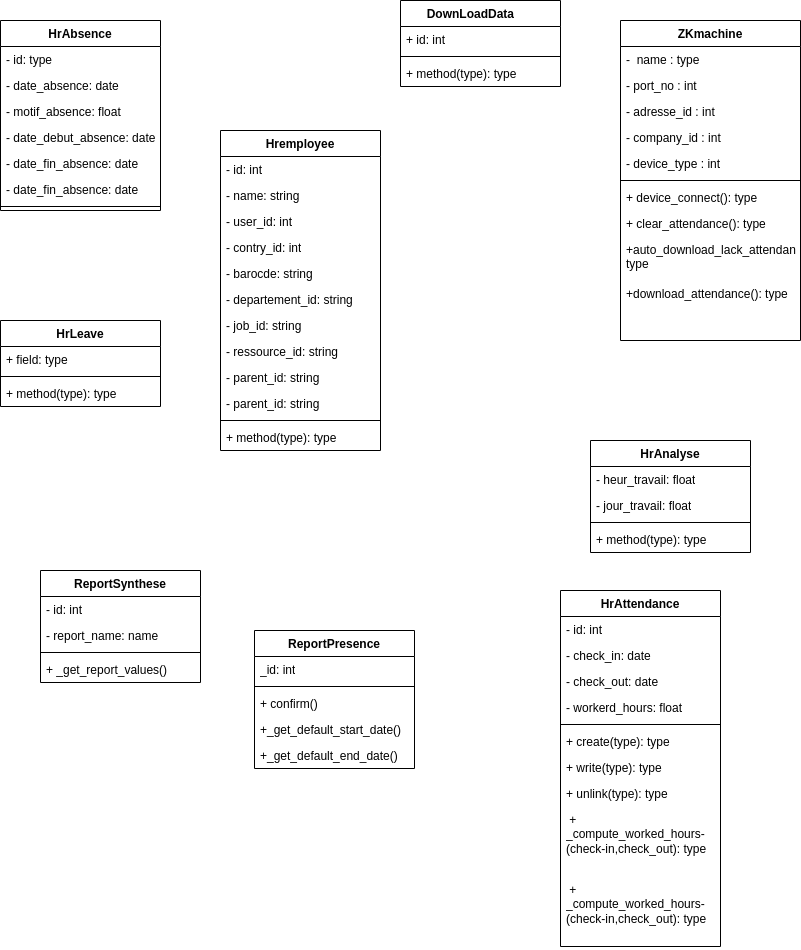
Above: static/Diagramme de classe.drawio.png in Siluearsene/borne_biometrique (draw.io), before the change. Source tidied: cells renumbered, new cells last; positions are measured from the earlier drawing's top-left corner, leaving out a move shared by most shapes. Source of this version:
```xml
<mxGraphModel>
  <root>
    <mxCell id="0" />
    <mxCell id="1" parent="0" />
    <mxCell id="2" value="HrAbsence" style="swimlane;fontStyle=1;align=center;verticalAlign=top;horizontal=1;startSize=26;whiteSpace=wrap;html=1;" parent="1" vertex="1">
      <mxGeometry y="20" width="160" height="190" as="geometry" />
    </mxCell>
    <mxCell id="3" value="- id: type" style="text;strokeColor=none;fillColor=none;align=left;verticalAlign=top;spacingLeft=4;spacingRight=4;overflow=hidden;whiteSpace=wrap;html=1;" parent="2" vertex="1">
      <mxGeometry y="26" width="160" height="26" as="geometry" />
    </mxCell>
    <mxCell id="4" value="- date_absence: date" style="text;strokeColor=none;fillColor=none;align=left;verticalAlign=top;spacingLeft=4;spacingRight=4;overflow=hidden;whiteSpace=wrap;html=1;" parent="2" vertex="1">
      <mxGeometry y="52" width="160" height="26" as="geometry" />
    </mxCell>
    <mxCell id="5" value="- motif_absence: float" style="text;strokeColor=none;fillColor=none;align=left;verticalAlign=top;spacingLeft=4;spacingRight=4;overflow=hidden;whiteSpace=wrap;html=1;" parent="2" vertex="1">
      <mxGeometry y="78" width="160" height="26" as="geometry" />
    </mxCell>
    <mxCell id="6" value="- date_debut_absence: date" style="text;strokeColor=none;fillColor=none;align=left;verticalAlign=top;spacingLeft=4;spacingRight=4;overflow=hidden;whiteSpace=wrap;html=1;" parent="2" vertex="1">
      <mxGeometry y="104" width="160" height="26" as="geometry" />
    </mxCell>
    <mxCell id="7" value="- date_fin_absence: date" style="text;strokeColor=none;fillColor=none;align=left;verticalAlign=top;spacingLeft=4;spacingRight=4;overflow=hidden;whiteSpace=wrap;html=1;" parent="2" vertex="1">
      <mxGeometry y="130" width="160" height="26" as="geometry" />
    </mxCell>
    <mxCell id="8" value="- date_fin_absence: date" style="text;strokeColor=none;fillColor=none;align=left;verticalAlign=top;spacingLeft=4;spacingRight=4;overflow=hidden;whiteSpace=wrap;html=1;" parent="2" vertex="1">
      <mxGeometry y="156" width="160" height="26" as="geometry" />
    </mxCell>
    <mxCell id="9" style="line;strokeWidth=1;fillColor=none;align=left;verticalAlign=middle;spacingTop=-1;spacingLeft=3;spacingRight=3;labelPosition=right;strokeColor=inherit;" parent="2" vertex="1">
      <mxGeometry y="182" width="160" height="8" as="geometry" />
    </mxCell>
    <mxCell id="10" value="ZKmachine" style="swimlane;fontStyle=1;align=center;verticalAlign=top;horizontal=1;startSize=26;whiteSpace=wrap;html=1;" parent="1" vertex="1">
      <mxGeometry x="620" y="20" width="180" height="320" as="geometry" />
    </mxCell>
    <mxCell id="11" value="-&amp;nbsp; name : type&amp;nbsp;" style="text;strokeColor=none;fillColor=none;align=left;verticalAlign=top;spacingLeft=4;spacingRight=4;overflow=hidden;whiteSpace=wrap;html=1;" parent="10" vertex="1">
      <mxGeometry y="26" width="180" height="26" as="geometry" />
    </mxCell>
    <mxCell id="12" value="- port_no : int" style="text;strokeColor=none;fillColor=none;align=left;verticalAlign=top;spacingLeft=4;spacingRight=4;overflow=hidden;whiteSpace=wrap;html=1;" parent="10" vertex="1">
      <mxGeometry y="52" width="180" height="26" as="geometry" />
    </mxCell>
    <mxCell id="13" value="- adresse_id : int" style="text;strokeColor=none;fillColor=none;align=left;verticalAlign=top;spacingLeft=4;spacingRight=4;overflow=hidden;whiteSpace=wrap;html=1;" parent="10" vertex="1">
      <mxGeometry y="78" width="180" height="26" as="geometry" />
    </mxCell>
    <mxCell id="14" value="- company_id : int" style="text;strokeColor=none;fillColor=none;align=left;verticalAlign=top;spacingLeft=4;spacingRight=4;overflow=hidden;whiteSpace=wrap;html=1;" parent="10" vertex="1">
      <mxGeometry y="104" width="180" height="26" as="geometry" />
    </mxCell>
    <mxCell id="15" value="- device_type : int" style="text;strokeColor=none;fillColor=none;align=left;verticalAlign=top;spacingLeft=4;spacingRight=4;overflow=hidden;whiteSpace=wrap;html=1;" parent="10" vertex="1">
      <mxGeometry y="130" width="180" height="26" as="geometry" />
    </mxCell>
    <mxCell id="16" style="line;strokeWidth=1;fillColor=none;align=left;verticalAlign=middle;spacingTop=-1;spacingLeft=3;spacingRight=3;labelPosition=right;strokeColor=inherit;" parent="10" vertex="1">
      <mxGeometry y="156" width="180" height="8" as="geometry" />
    </mxCell>
    <mxCell id="17" value="+ device_connect(): type" style="text;strokeColor=none;fillColor=none;align=left;verticalAlign=top;spacingLeft=4;spacingRight=4;overflow=hidden;whiteSpace=wrap;html=1;" parent="10" vertex="1">
      <mxGeometry y="164" width="180" height="26" as="geometry" />
    </mxCell>
    <mxCell id="18" value="+ clear_attendance(): type" style="text;strokeColor=none;fillColor=none;align=left;verticalAlign=top;spacingLeft=4;spacingRight=4;overflow=hidden;whiteSpace=wrap;html=1;" parent="10" vertex="1">
      <mxGeometry y="190" width="180" height="26" as="geometry" />
    </mxCell>
    <mxCell id="19" value="+auto_download_lack_attendance&lt;span style=&quot;background-color: initial;&quot;&gt;(): type&lt;/span&gt;" style="text;strokeColor=none;fillColor=none;align=left;verticalAlign=top;spacingLeft=4;spacingRight=4;overflow=hidden;whiteSpace=wrap;html=1;" parent="10" vertex="1">
      <mxGeometry y="216" width="180" height="44" as="geometry" />
    </mxCell>
    <mxCell id="20" value="+download_attendance&lt;span style=&quot;background-color: initial;&quot;&gt;(): type&lt;/span&gt;" style="text;strokeColor=none;fillColor=none;align=left;verticalAlign=top;spacingLeft=4;spacingRight=4;overflow=hidden;whiteSpace=wrap;html=1;" parent="10" vertex="1">
      <mxGeometry y="260" width="180" height="60" as="geometry" />
    </mxCell>
    <mxCell id="21" value="HrLeave" style="swimlane;fontStyle=1;align=center;verticalAlign=top;horizontal=1;startSize=26;whiteSpace=wrap;html=1;" parent="1" vertex="1">
      <mxGeometry y="320" width="160" height="86" as="geometry" />
    </mxCell>
    <mxCell id="22" value="+ field: type" style="text;strokeColor=none;fillColor=none;align=left;verticalAlign=top;spacingLeft=4;spacingRight=4;overflow=hidden;whiteSpace=wrap;html=1;" parent="21" vertex="1">
      <mxGeometry y="26" width="160" height="26" as="geometry" />
    </mxCell>
    <mxCell id="23" style="line;strokeWidth=1;fillColor=none;align=left;verticalAlign=middle;spacingTop=-1;spacingLeft=3;spacingRight=3;labelPosition=right;strokeColor=inherit;" parent="21" vertex="1">
      <mxGeometry y="52" width="160" height="8" as="geometry" />
    </mxCell>
    <mxCell id="24" value="+ method(type): type" style="text;strokeColor=none;fillColor=none;align=left;verticalAlign=top;spacingLeft=4;spacingRight=4;overflow=hidden;whiteSpace=wrap;html=1;" parent="21" vertex="1">
      <mxGeometry y="60" width="160" height="26" as="geometry" />
    </mxCell>
    <mxCell id="25" value="HrAnalyse" style="swimlane;fontStyle=1;align=center;verticalAlign=top;horizontal=1;startSize=26;whiteSpace=wrap;html=1;" parent="1" vertex="1">
      <mxGeometry x="590" y="440" width="160" height="112" as="geometry" />
    </mxCell>
    <mxCell id="26" value="- heur_travail: float" style="text;strokeColor=none;fillColor=none;align=left;verticalAlign=top;spacingLeft=4;spacingRight=4;overflow=hidden;whiteSpace=wrap;html=1;" parent="25" vertex="1">
      <mxGeometry y="26" width="160" height="26" as="geometry" />
    </mxCell>
    <mxCell id="27" value="- jour_travail: float" style="text;strokeColor=none;fillColor=none;align=left;verticalAlign=top;spacingLeft=4;spacingRight=4;overflow=hidden;whiteSpace=wrap;html=1;" parent="25" vertex="1">
      <mxGeometry y="52" width="160" height="26" as="geometry" />
    </mxCell>
    <mxCell id="28" style="line;strokeWidth=1;fillColor=none;align=left;verticalAlign=middle;spacingTop=-1;spacingLeft=3;spacingRight=3;labelPosition=right;strokeColor=inherit;" parent="25" vertex="1">
      <mxGeometry y="78" width="160" height="8" as="geometry" />
    </mxCell>
    <mxCell id="29" value="+ method(type): type" style="text;strokeColor=none;fillColor=none;align=left;verticalAlign=top;spacingLeft=4;spacingRight=4;overflow=hidden;whiteSpace=wrap;html=1;" parent="25" vertex="1">
      <mxGeometry y="86" width="160" height="26" as="geometry" />
    </mxCell>
    <mxCell id="30" value="Hremployee" style="swimlane;fontStyle=1;align=center;verticalAlign=top;horizontal=1;startSize=26;whiteSpace=wrap;html=1;" parent="1" vertex="1">
      <mxGeometry x="220" y="130" width="160" height="320" as="geometry" />
    </mxCell>
    <mxCell id="31" value="- id: int" style="text;strokeColor=none;fillColor=none;align=left;verticalAlign=top;spacingLeft=4;spacingRight=4;overflow=hidden;whiteSpace=wrap;html=1;" parent="30" vertex="1">
      <mxGeometry y="26" width="160" height="26" as="geometry" />
    </mxCell>
    <mxCell id="32" value="- name: string" style="text;strokeColor=none;fillColor=none;align=left;verticalAlign=top;spacingLeft=4;spacingRight=4;overflow=hidden;whiteSpace=wrap;html=1;" parent="30" vertex="1">
      <mxGeometry y="52" width="160" height="26" as="geometry" />
    </mxCell>
    <mxCell id="33" value="- user_id: int" style="text;strokeColor=none;fillColor=none;align=left;verticalAlign=top;spacingLeft=4;spacingRight=4;overflow=hidden;whiteSpace=wrap;html=1;" parent="30" vertex="1">
      <mxGeometry y="78" width="160" height="26" as="geometry" />
    </mxCell>
    <mxCell id="34" value="- contry_id: int" style="text;strokeColor=none;fillColor=none;align=left;verticalAlign=top;spacingLeft=4;spacingRight=4;overflow=hidden;whiteSpace=wrap;html=1;" parent="30" vertex="1">
      <mxGeometry y="104" width="160" height="26" as="geometry" />
    </mxCell>
    <mxCell id="35" value="- barocde: string" style="text;strokeColor=none;fillColor=none;align=left;verticalAlign=top;spacingLeft=4;spacingRight=4;overflow=hidden;whiteSpace=wrap;html=1;" parent="30" vertex="1">
      <mxGeometry y="130" width="160" height="26" as="geometry" />
    </mxCell>
    <mxCell id="36" value="- departement_id: string" style="text;strokeColor=none;fillColor=none;align=left;verticalAlign=top;spacingLeft=4;spacingRight=4;overflow=hidden;whiteSpace=wrap;html=1;" parent="30" vertex="1">
      <mxGeometry y="156" width="160" height="26" as="geometry" />
    </mxCell>
    <mxCell id="37" value="- job_id: string" style="text;strokeColor=none;fillColor=none;align=left;verticalAlign=top;spacingLeft=4;spacingRight=4;overflow=hidden;whiteSpace=wrap;html=1;" parent="30" vertex="1">
      <mxGeometry y="182" width="160" height="26" as="geometry" />
    </mxCell>
    <mxCell id="38" value="- ressource_id: string" style="text;strokeColor=none;fillColor=none;align=left;verticalAlign=top;spacingLeft=4;spacingRight=4;overflow=hidden;whiteSpace=wrap;html=1;" parent="30" vertex="1">
      <mxGeometry y="208" width="160" height="26" as="geometry" />
    </mxCell>
    <mxCell id="39" value="- parent_id: string" style="text;strokeColor=none;fillColor=none;align=left;verticalAlign=top;spacingLeft=4;spacingRight=4;overflow=hidden;whiteSpace=wrap;html=1;" parent="30" vertex="1">
      <mxGeometry y="234" width="160" height="26" as="geometry" />
    </mxCell>
    <mxCell id="40" value="- parent_id: string" style="text;strokeColor=none;fillColor=none;align=left;verticalAlign=top;spacingLeft=4;spacingRight=4;overflow=hidden;whiteSpace=wrap;html=1;" parent="30" vertex="1">
      <mxGeometry y="260" width="160" height="26" as="geometry" />
    </mxCell>
    <mxCell id="41" style="line;strokeWidth=1;fillColor=none;align=left;verticalAlign=middle;spacingTop=-1;spacingLeft=3;spacingRight=3;labelPosition=right;strokeColor=inherit;" parent="30" vertex="1">
      <mxGeometry y="286" width="160" height="8" as="geometry" />
    </mxCell>
    <mxCell id="42" value="+ method(type): type" style="text;strokeColor=none;fillColor=none;align=left;verticalAlign=top;spacingLeft=4;spacingRight=4;overflow=hidden;whiteSpace=wrap;html=1;" parent="30" vertex="1">
      <mxGeometry y="294" width="160" height="26" as="geometry" />
    </mxCell>
    <mxCell id="43" value="HrAttendance" style="swimlane;fontStyle=1;align=center;verticalAlign=top;horizontal=1;startSize=26;whiteSpace=wrap;html=1;" parent="1" vertex="1">
      <mxGeometry x="560" y="590" width="160" height="356" as="geometry" />
    </mxCell>
    <mxCell id="44" value="- id: int" style="text;strokeColor=none;fillColor=none;align=left;verticalAlign=top;spacingLeft=4;spacingRight=4;overflow=hidden;whiteSpace=wrap;html=1;" parent="43" vertex="1">
      <mxGeometry y="26" width="160" height="26" as="geometry" />
    </mxCell>
    <mxCell id="45" value="- check_in: date" style="text;strokeColor=none;fillColor=none;align=left;verticalAlign=top;spacingLeft=4;spacingRight=4;overflow=hidden;whiteSpace=wrap;html=1;" parent="43" vertex="1">
      <mxGeometry y="52" width="160" height="26" as="geometry" />
    </mxCell>
    <mxCell id="46" value="- check_out: date" style="text;strokeColor=none;fillColor=none;align=left;verticalAlign=top;spacingLeft=4;spacingRight=4;overflow=hidden;whiteSpace=wrap;html=1;" parent="43" vertex="1">
      <mxGeometry y="78" width="160" height="26" as="geometry" />
    </mxCell>
    <mxCell id="47" value="- workerd_hours: float" style="text;strokeColor=none;fillColor=none;align=left;verticalAlign=top;spacingLeft=4;spacingRight=4;overflow=hidden;whiteSpace=wrap;html=1;" parent="43" vertex="1">
      <mxGeometry y="104" width="160" height="26" as="geometry" />
    </mxCell>
    <mxCell id="48" style="line;strokeWidth=1;fillColor=none;align=left;verticalAlign=middle;spacingTop=-1;spacingLeft=3;spacingRight=3;labelPosition=right;strokeColor=inherit;" parent="43" vertex="1">
      <mxGeometry y="130" width="160" height="8" as="geometry" />
    </mxCell>
    <mxCell id="49" value="+ create(type): type" style="text;strokeColor=none;fillColor=none;align=left;verticalAlign=top;spacingLeft=4;spacingRight=4;overflow=hidden;whiteSpace=wrap;html=1;" parent="43" vertex="1">
      <mxGeometry y="138" width="160" height="26" as="geometry" />
    </mxCell>
    <mxCell id="50" value="+ write(type): type" style="text;strokeColor=none;fillColor=none;align=left;verticalAlign=top;spacingLeft=4;spacingRight=4;overflow=hidden;whiteSpace=wrap;html=1;" parent="43" vertex="1">
      <mxGeometry y="164" width="160" height="26" as="geometry" />
    </mxCell>
    <mxCell id="51" value="+ unlink(type): type" style="text;strokeColor=none;fillColor=none;align=left;verticalAlign=top;spacingLeft=4;spacingRight=4;overflow=hidden;whiteSpace=wrap;html=1;" parent="43" vertex="1">
      <mxGeometry y="190" width="160" height="26" as="geometry" />
    </mxCell>
    <mxCell id="52" value="&amp;nbsp;+&amp;nbsp;&lt;br&gt;_compute_worked_hours-(check-in,check_out): type" style="text;strokeColor=none;fillColor=none;align=left;verticalAlign=top;spacingLeft=4;spacingRight=4;overflow=hidden;whiteSpace=wrap;html=1;" parent="43" vertex="1">
      <mxGeometry y="216" width="160" height="70" as="geometry" />
    </mxCell>
    <mxCell id="53" value="&amp;nbsp;+&amp;nbsp;&lt;br&gt;_compute_worked_hours-(check-in,check_out): type" style="text;strokeColor=none;fillColor=none;align=left;verticalAlign=top;spacingLeft=4;spacingRight=4;overflow=hidden;whiteSpace=wrap;html=1;" parent="43" vertex="1">
      <mxGeometry y="286" width="160" height="70" as="geometry" />
    </mxCell>
    <mxCell id="54" value="ReportSynthese" style="swimlane;fontStyle=1;align=center;verticalAlign=top;horizontal=1;startSize=26;whiteSpace=wrap;html=1;" parent="1" vertex="1">
      <mxGeometry x="40" y="570" width="160" height="112" as="geometry" />
    </mxCell>
    <mxCell id="55" value="- id: int" style="text;strokeColor=none;fillColor=none;align=left;verticalAlign=top;spacingLeft=4;spacingRight=4;overflow=hidden;whiteSpace=wrap;html=1;" parent="54" vertex="1">
      <mxGeometry y="26" width="160" height="26" as="geometry" />
    </mxCell>
    <mxCell id="56" value="- report_name: name" style="text;strokeColor=none;fillColor=none;align=left;verticalAlign=top;spacingLeft=4;spacingRight=4;overflow=hidden;whiteSpace=wrap;html=1;" parent="54" vertex="1">
      <mxGeometry y="52" width="160" height="26" as="geometry" />
    </mxCell>
    <mxCell id="57" style="line;strokeWidth=1;fillColor=none;align=left;verticalAlign=middle;spacingTop=-1;spacingLeft=3;spacingRight=3;labelPosition=right;strokeColor=inherit;" parent="54" vertex="1">
      <mxGeometry y="78" width="160" height="8" as="geometry" />
    </mxCell>
    <mxCell id="58" value="+&amp;nbsp;_get_report_values()" style="text;strokeColor=none;fillColor=none;align=left;verticalAlign=top;spacingLeft=4;spacingRight=4;overflow=hidden;whiteSpace=wrap;html=1;" parent="54" vertex="1">
      <mxGeometry y="86" width="160" height="26" as="geometry" />
    </mxCell>
    <mxCell id="59" value="ReportPresence" style="swimlane;fontStyle=1;align=center;verticalAlign=top;horizontal=1;startSize=26;whiteSpace=wrap;html=1;" parent="1" vertex="1">
      <mxGeometry x="254" y="630" width="160" height="138" as="geometry" />
    </mxCell>
    <mxCell id="60" value="_id: int" style="text;strokeColor=none;fillColor=none;align=left;verticalAlign=top;spacingLeft=4;spacingRight=4;overflow=hidden;whiteSpace=wrap;html=1;" parent="59" vertex="1">
      <mxGeometry y="26" width="160" height="26" as="geometry" />
    </mxCell>
    <mxCell id="61" style="line;strokeWidth=1;fillColor=none;align=left;verticalAlign=middle;spacingTop=-1;spacingLeft=3;spacingRight=3;labelPosition=right;strokeColor=inherit;" parent="59" vertex="1">
      <mxGeometry y="52" width="160" height="8" as="geometry" />
    </mxCell>
    <mxCell id="62" value="+ confirm()" style="text;strokeColor=none;fillColor=none;align=left;verticalAlign=top;spacingLeft=4;spacingRight=4;overflow=hidden;whiteSpace=wrap;html=1;" parent="59" vertex="1">
      <mxGeometry y="60" width="160" height="26" as="geometry" />
    </mxCell>
    <mxCell id="63" value="+_get_default_start_date&lt;span style=&quot;background-color: initial;&quot;&gt;()&lt;/span&gt;" style="text;strokeColor=none;fillColor=none;align=left;verticalAlign=top;spacingLeft=4;spacingRight=4;overflow=hidden;whiteSpace=wrap;html=1;" parent="59" vertex="1">
      <mxGeometry y="86" width="160" height="26" as="geometry" />
    </mxCell>
    <mxCell id="64" value="+_get_default_end_date&lt;span style=&quot;background-color: initial;&quot;&gt;()&lt;/span&gt;" style="text;strokeColor=none;fillColor=none;align=left;verticalAlign=top;spacingLeft=4;spacingRight=4;overflow=hidden;whiteSpace=wrap;html=1;" parent="59" vertex="1">
      <mxGeometry y="112" width="160" height="26" as="geometry" />
    </mxCell>
    <mxCell id="65" value="DownLoadData&lt;span style=&quot;white-space: pre;&quot;&gt;&#9;&lt;/span&gt;" style="swimlane;fontStyle=1;align=center;verticalAlign=top;horizontal=1;startSize=26;whiteSpace=wrap;html=1;" parent="1" vertex="1">
      <mxGeometry x="400" width="160" height="86" as="geometry" />
    </mxCell>
    <mxCell id="66" value="+ id: int" style="text;strokeColor=none;fillColor=none;align=left;verticalAlign=top;spacingLeft=4;spacingRight=4;overflow=hidden;whiteSpace=wrap;html=1;" parent="65" vertex="1">
      <mxGeometry y="26" width="160" height="26" as="geometry" />
    </mxCell>
    <mxCell id="67" style="line;strokeWidth=1;fillColor=none;align=left;verticalAlign=middle;spacingTop=-1;spacingLeft=3;spacingRight=3;labelPosition=right;strokeColor=inherit;" parent="65" vertex="1">
      <mxGeometry y="52" width="160" height="8" as="geometry" />
    </mxCell>
    <mxCell id="68" value="+ method(type): type" style="text;strokeColor=none;fillColor=none;align=left;verticalAlign=top;spacingLeft=4;spacingRight=4;overflow=hidden;whiteSpace=wrap;html=1;" parent="65" vertex="1">
      <mxGeometry y="60" width="160" height="26" as="geometry" />
    </mxCell>
  </root>
</mxGraphModel>
```
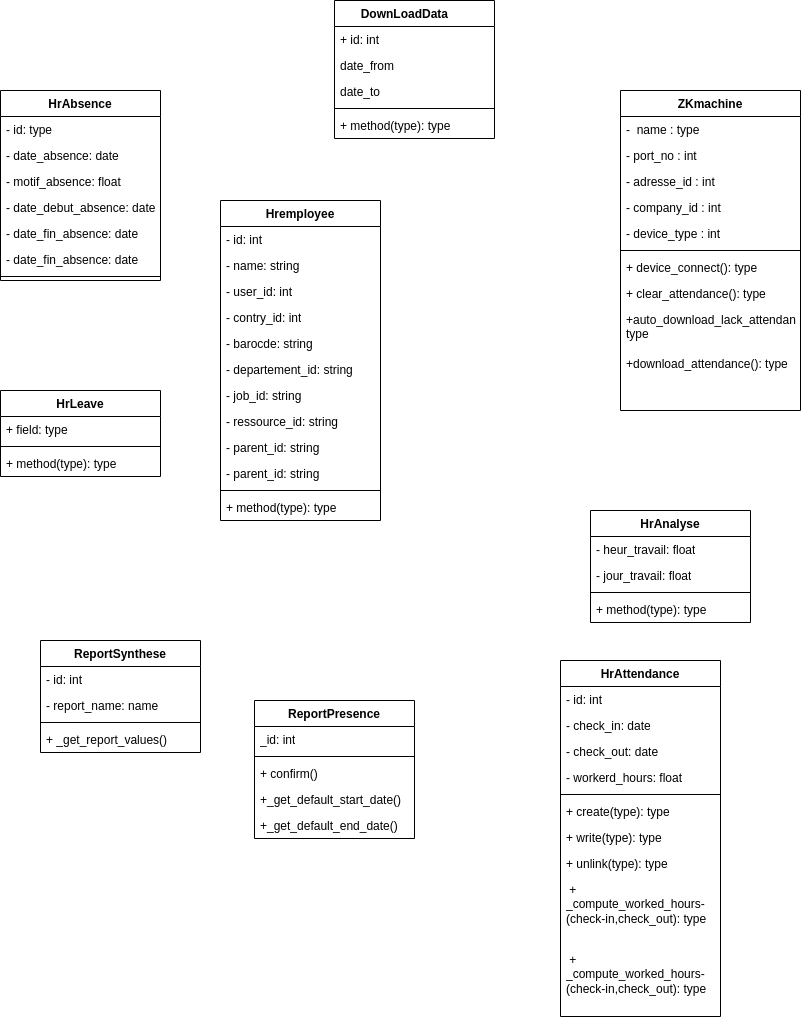
The same diagram one commit later.

Commit message:
Mettre à jour Diagramme de classe.drawio.png

Change to the diagram source:
```diff
@@ -192,16 +192,22 @@
       <mxGeometry y="112" width="160" height="26" as="geometry" />
     </mxCell>
     <mxCell id="65" value="DownLoadData&lt;span style=&quot;white-space: pre;&quot;&gt;&#9;&lt;/span&gt;" style="swimlane;fontStyle=1;align=center;verticalAlign=top;horizontal=1;startSize=26;whiteSpace=wrap;html=1;" parent="1" vertex="1">
-      <mxGeometry x="400" width="160" height="86" as="geometry" />
+      <mxGeometry x="334" y="-70" width="160" height="138" as="geometry" />
     </mxCell>
     <mxCell id="66" value="+ id: int" style="text;strokeColor=none;fillColor=none;align=left;verticalAlign=top;spacingLeft=4;spacingRight=4;overflow=hidden;whiteSpace=wrap;html=1;" parent="65" vertex="1">
       <mxGeometry y="26" width="160" height="26" as="geometry" />
     </mxCell>
+    <mxCell id="69" value="date_from" style="text;strokeColor=none;fillColor=none;align=left;verticalAlign=top;spacingLeft=4;spacingRight=4;overflow=hidden;whiteSpace=wrap;html=1;" parent="65" vertex="1">
+      <mxGeometry y="52" width="160" height="26" as="geometry" />
+    </mxCell>
+    <mxCell id="70" value="date_to" style="text;strokeColor=none;fillColor=none;align=left;verticalAlign=top;spacingLeft=4;spacingRight=4;overflow=hidden;whiteSpace=wrap;html=1;" parent="65" vertex="1">
+      <mxGeometry y="78" width="160" height="26" as="geometry" />
+    </mxCell>
     <mxCell id="67" style="line;strokeWidth=1;fillColor=none;align=left;verticalAlign=middle;spacingTop=-1;spacingLeft=3;spacingRight=3;labelPosition=right;strokeColor=inherit;" parent="65" vertex="1">
-      <mxGeometry y="52" width="160" height="8" as="geometry" />
+      <mxGeometry y="104" width="160" height="8" as="geometry" />
     </mxCell>
     <mxCell id="68" value="+ method(type): type" style="text;strokeColor=none;fillColor=none;align=left;verticalAlign=top;spacingLeft=4;spacingRight=4;overflow=hidden;whiteSpace=wrap;html=1;" parent="65" vertex="1">
-      <mxGeometry y="60" width="160" height="26" as="geometry" />
+      <mxGeometry y="112" width="160" height="26" as="geometry" />
     </mxCell>
   </root>
 </mxGraphModel>
```
